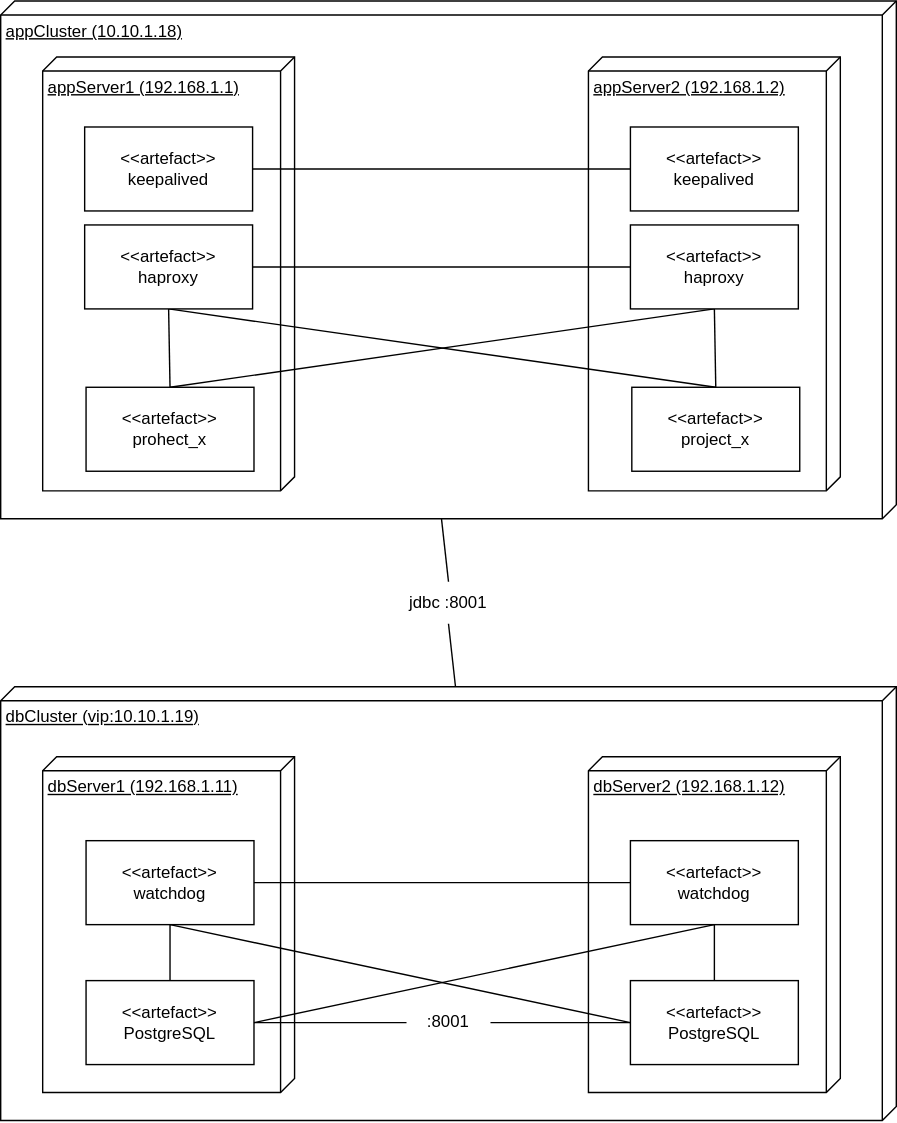
The draw.io diagram DeployDiagram.svg in LordOfPhys/project_x, before a commit. Source tidied: cells renumbered, new cells last; positions are measured from the earlier drawing's top-left corner, leaving out a move shared by most shapes.
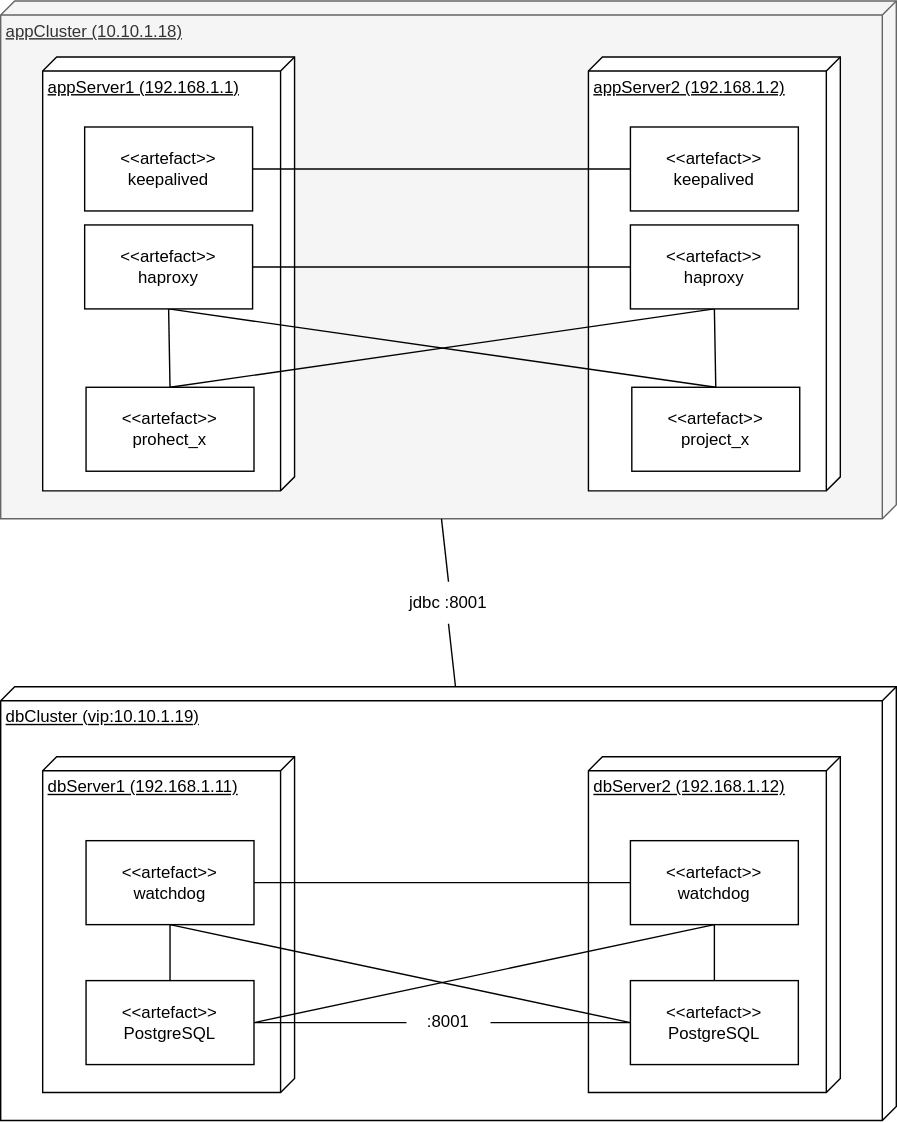
After the commit.

Diff of the diagram source:
```diff
@@ -5,7 +5,7 @@
     <mxCell id="2" value="dbCluster (vip:10.10.1.19)" style="verticalAlign=top;align=left;spacingTop=8;spacingLeft=2;spacingRight=12;shape=cube;size=10;direction=south;fontStyle=4;html=1;" parent="1" vertex="1">
       <mxGeometry y="490" width="640" height="310" as="geometry" />
     </mxCell>
-    <mxCell id="3" value="appCluster (10.10.1.18)" style="verticalAlign=top;align=left;spacingTop=8;spacingLeft=2;spacingRight=12;shape=cube;size=10;direction=south;fontStyle=4;html=1;" parent="1" vertex="1">
+    <mxCell id="3" value="appCluster (10.10.1.18)" style="verticalAlign=top;align=left;spacingTop=8;spacingLeft=2;spacingRight=12;shape=cube;size=10;direction=south;fontStyle=4;html=1;fillColor=#f5f5f5;fontColor=#333333;strokeColor=#666666;" parent="1" vertex="1">
       <mxGeometry width="640" height="370" as="geometry" />
     </mxCell>
     <mxCell id="4" value="appServer2 (192.168.1.2)" style="verticalAlign=top;align=left;spacingTop=8;spacingLeft=2;spacingRight=12;shape=cube;size=10;direction=south;fontStyle=4;html=1;" parent="1" vertex="1">
```
